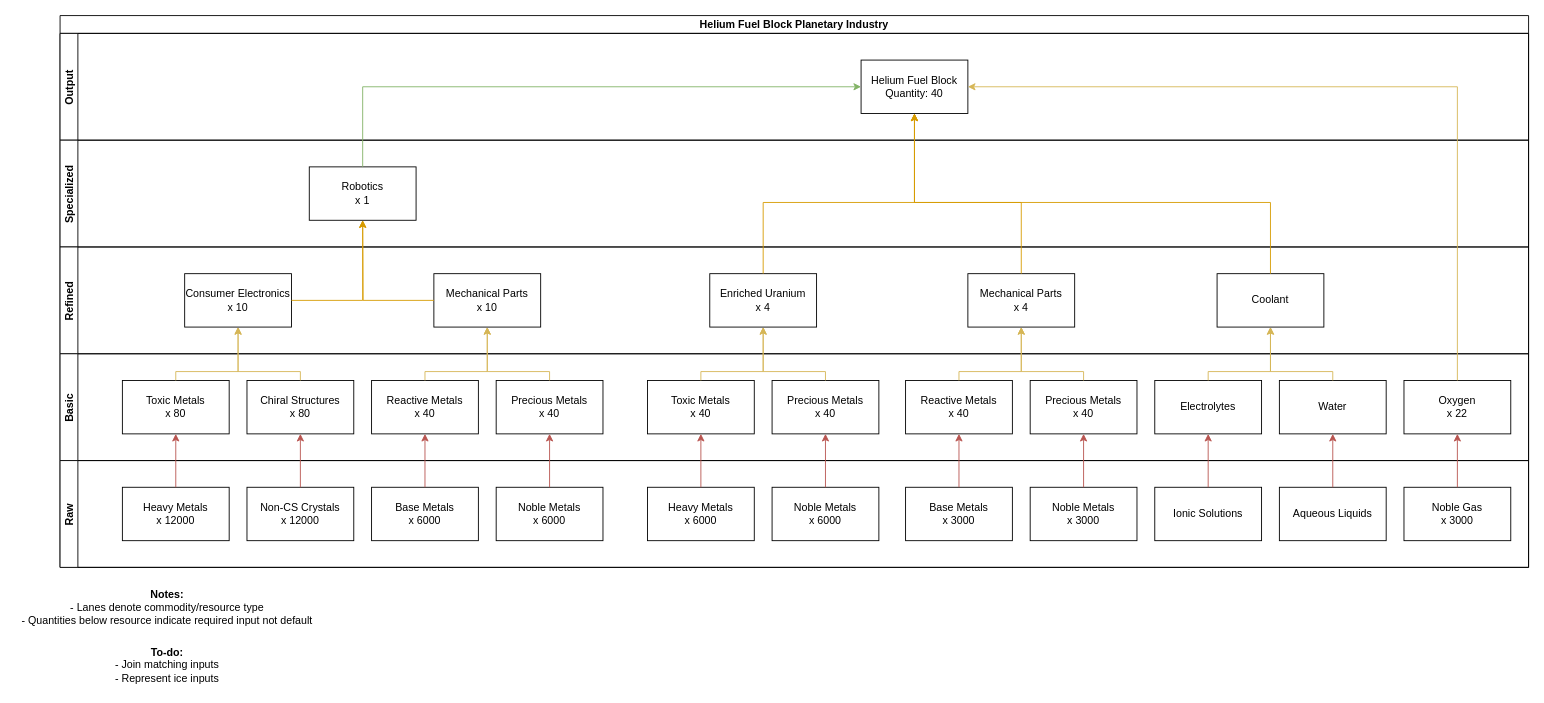
Koxzi95/eve-fuelblocks keeps this draw.io diagram as Eve Fuel Blocks Industry.drawio. Above is the earlier version. Source tidied: cells renumbered, new cells numbered last; positions are measured from the earlier drawing's top-left corner, leaving out a move shared by most shapes. Both pictures are drawn from the tidied source at 89%, with x=0, y=0 at pixel (15, 15).
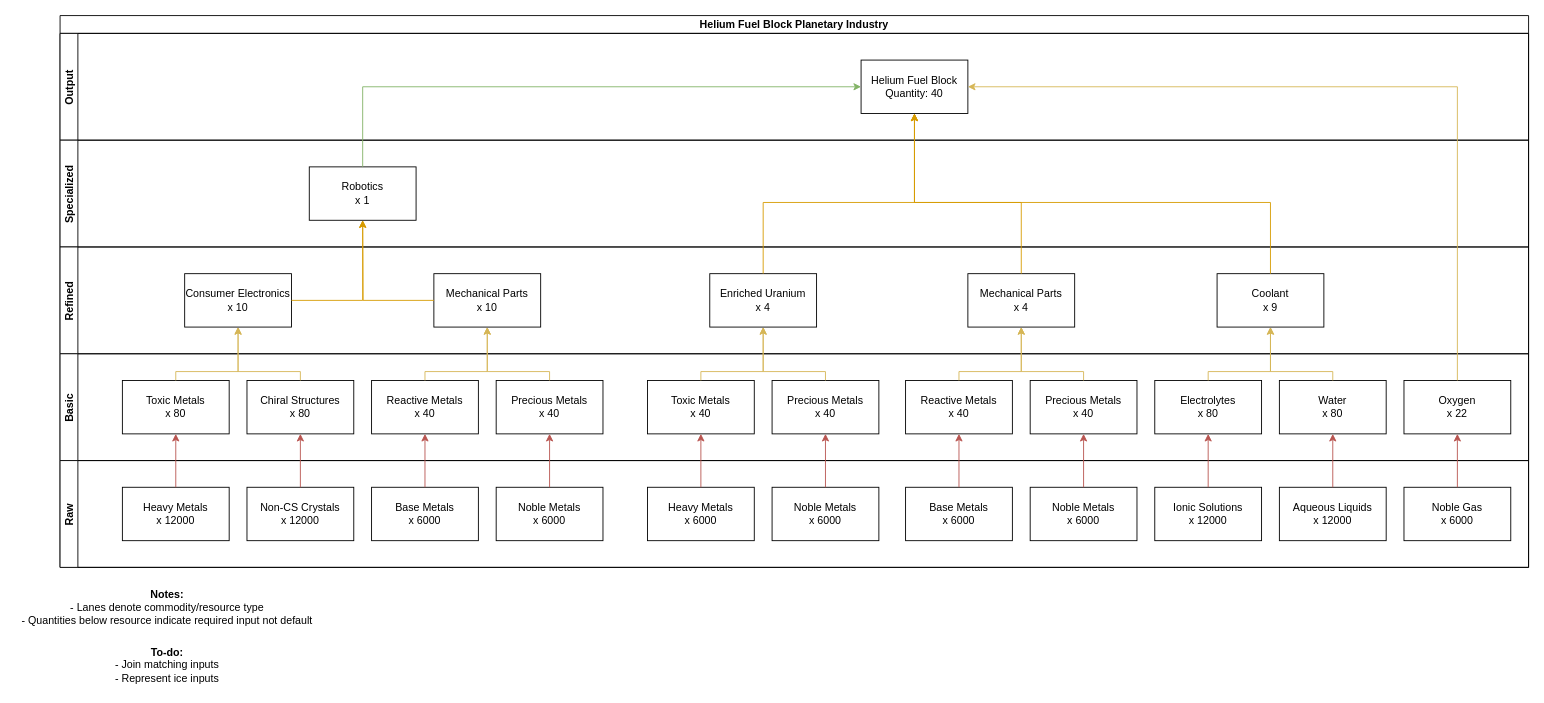
The same diagram, later.

Unchanged cells that the change refers to:
```xml
<mxCell id="16" value="Raw" style="swimlane;startSize=20;horizontal=0;" parent="2" vertex="1">
  <mxGeometry y="500" width="1650" height="120" as="geometry" />
</mxCell>
```

Change to the diagram source:
```diff
@@
-    <mxCell id="34" value="Base Metals&lt;br&gt;x 3000" style="rounded=0;whiteSpace=wrap;html=1;" parent="16" vertex="1">
+    <mxCell id="34" value="Base Metals&lt;br&gt;x 6000" style="rounded=0;whiteSpace=wrap;html=1;" parent="16" vertex="1">
       <mxGeometry x="950" y="30" width="120" height="60" as="geometry" />
     </mxCell>
@@
-    <mxCell id="36" value="Noble Metals&lt;br&gt;x 3000" style="rounded=0;whiteSpace=wrap;html=1;" parent="16" vertex="1">
+    <mxCell id="36" value="Noble Metals&lt;br&gt;x 6000" style="rounded=0;whiteSpace=wrap;html=1;" parent="16" vertex="1">
       <mxGeometry x="1090" y="30" width="120" height="60" as="geometry" />
     </mxCell>
@@
-    <mxCell id="39" value="Coolant" style="rounded=0;whiteSpace=wrap;html=1;" parent="16" vertex="1">
+    <mxCell id="39" value="Coolant&lt;br&gt;x 9" style="rounded=0;whiteSpace=wrap;html=1;" parent="16" vertex="1">
       <mxGeometry x="1300" y="-210" width="120" height="60" as="geometry" />
     </mxCell>
-    <mxCell id="40" value="Electrolytes" style="rounded=0;whiteSpace=wrap;html=1;" parent="16" vertex="1">
+    <mxCell id="40" value="Electrolytes&lt;br&gt;x 80" style="rounded=0;whiteSpace=wrap;html=1;" parent="16" vertex="1">
       <mxGeometry x="1230" y="-90" width="120" height="60" as="geometry" />
     </mxCell>
-    <mxCell id="41" value="Water" style="rounded=0;whiteSpace=wrap;html=1;" parent="16" vertex="1">
+    <mxCell id="41" value="Water&lt;br&gt;x 80" style="rounded=0;whiteSpace=wrap;html=1;" parent="16" vertex="1">
       <mxGeometry x="1370" y="-90" width="120" height="60" as="geometry" />
     </mxCell>
@@
-    <mxCell id="43" value="Ionic Solutions" style="rounded=0;whiteSpace=wrap;html=1;" parent="16" vertex="1">
+    <mxCell id="43" value="Ionic Solutions&lt;br&gt;x 12000" style="rounded=0;whiteSpace=wrap;html=1;" parent="16" vertex="1">
       <mxGeometry x="1230" y="30" width="120" height="60" as="geometry" />
     </mxCell>
@@
-    <mxCell id="45" value="Aqueous Liquids" style="rounded=0;whiteSpace=wrap;html=1;" parent="16" vertex="1">
+    <mxCell id="45" value="Aqueous Liquids&lt;br&gt;x 12000" style="rounded=0;whiteSpace=wrap;html=1;" parent="16" vertex="1">
       <mxGeometry x="1370" y="30" width="120" height="60" as="geometry" />
     </mxCell>
@@
-    <mxCell id="48" value="Noble Gas&lt;br&gt;x 3000" style="rounded=0;whiteSpace=wrap;html=1;" parent="16" vertex="1">
+    <mxCell id="48" value="Noble Gas&lt;br&gt;x 6000" style="rounded=0;whiteSpace=wrap;html=1;" parent="16" vertex="1">
       <mxGeometry x="1510" y="30" width="120" height="60" as="geometry" />
     </mxCell>
```
